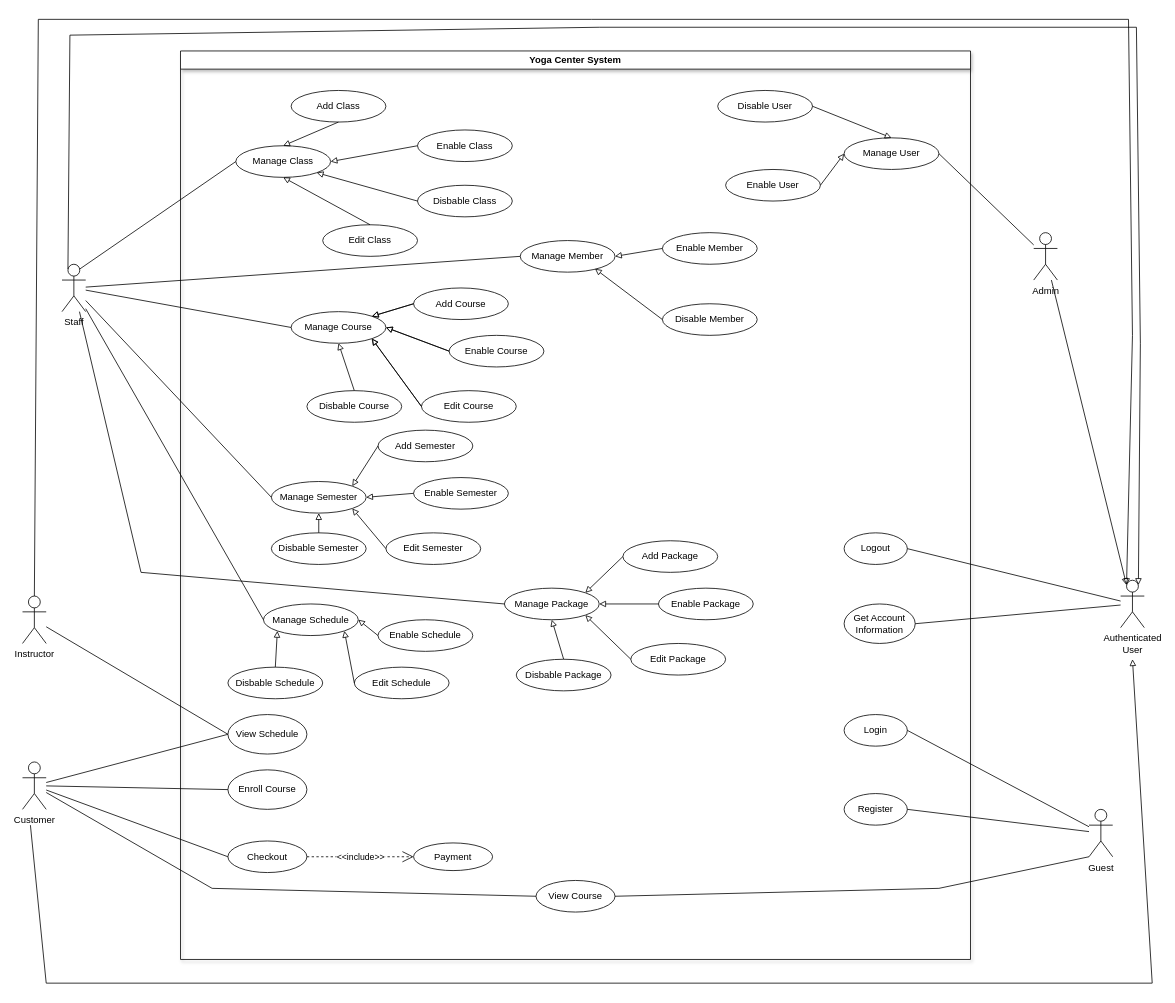
Before: page "SWR1" (4 of 4) of Untitled Diagram.drawio in minhng-178/web-starter-projects, a draw.io diagram. Source tidied: cells renumbered, new cells numbered last; positions are measured from the earlier drawing's top-left corner, leaving out a move shared by most shapes. Both pictures are drawn from the tidied source at 79%, with x=0, y=0 at pixel (22, 19).
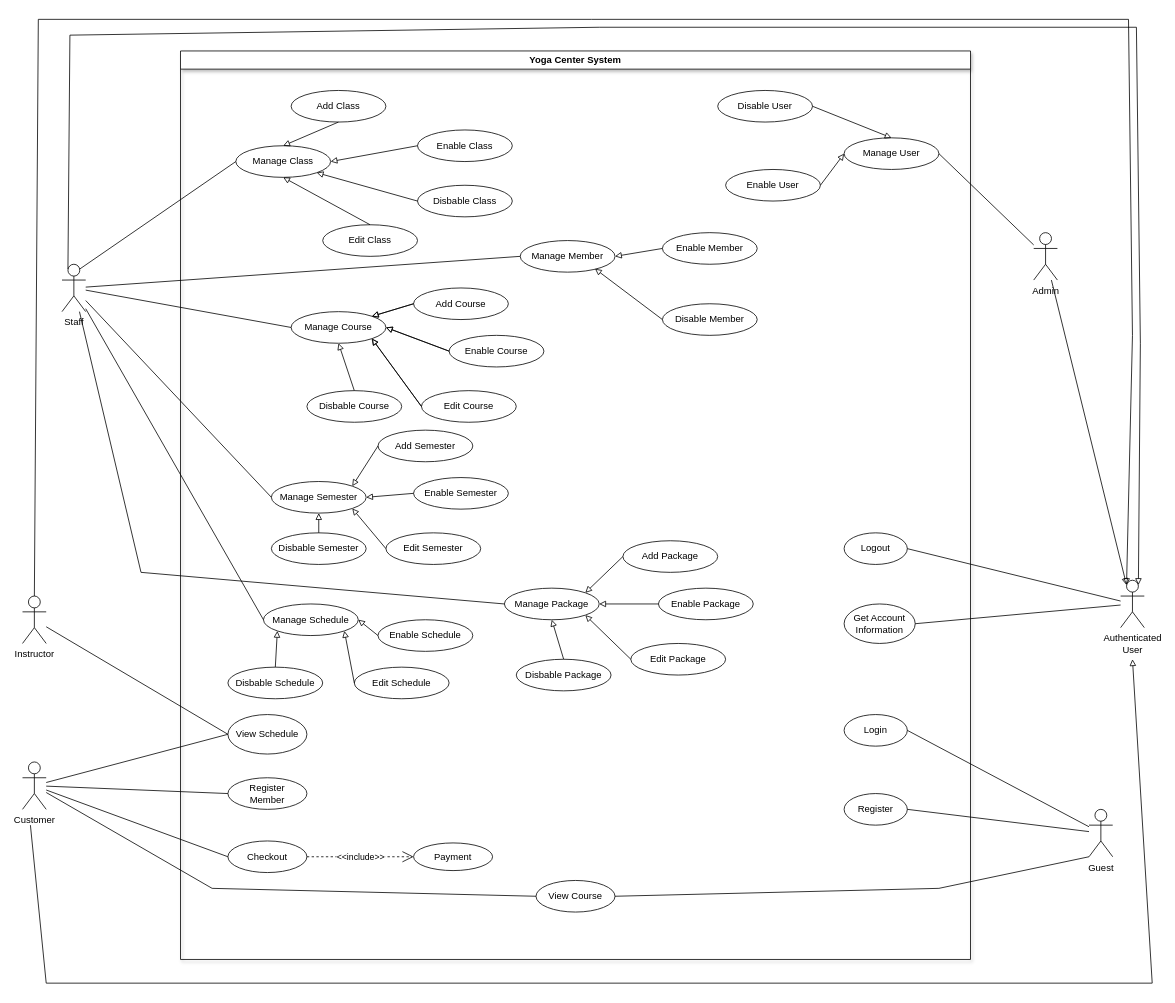
The same page after the edit.

Unchanged cells that the change refers to:
```xml
<mxCell id="2" value="Yoga Center System" style="swimlane;whiteSpace=wrap;html=1;shadow=1;fontStyle=1;" parent="1" vertex="1">
  <mxGeometry x="200" y="40" width="1000" height="1150" as="geometry" />
</mxCell>
```

What changed in the source:
```diff
@@
-    <mxCell id="11" value="Enroll Course" style="ellipse;whiteSpace=wrap;html=1;" parent="2" vertex="1">
-      <mxGeometry x="60" y="910" width="100" height="50" as="geometry" />
+    <mxCell id="11" value="Register &lt;br&gt;Member" style="ellipse;whiteSpace=wrap;html=1;" parent="2" vertex="1">
+      <mxGeometry x="60" y="920" width="100" height="40" as="geometry" />
     </mxCell>
```
